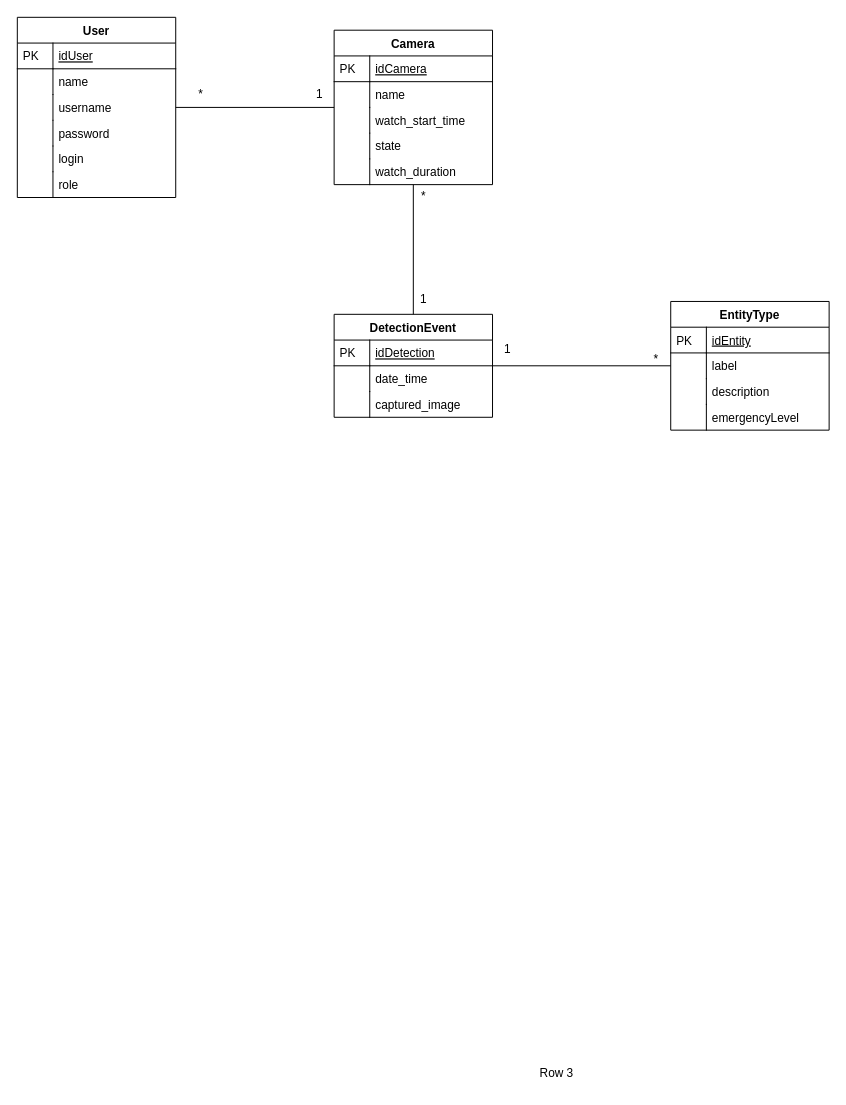
Above: page "MCD_iWebcamProtect" (2 of 4) of docs/NonPDF/iWebcamProtectApi.drawio in pabonhomme/IWebcamProtect (draw.io), before the change. Source tidied: cells renumbered, new cells numbered last; positions are measured from the earlier drawing's top-left corner, leaving out a move shared by most shapes. Both pictures are drawn from the tidied source at 99%, with x=0, y=0 at pixel (17, 17).
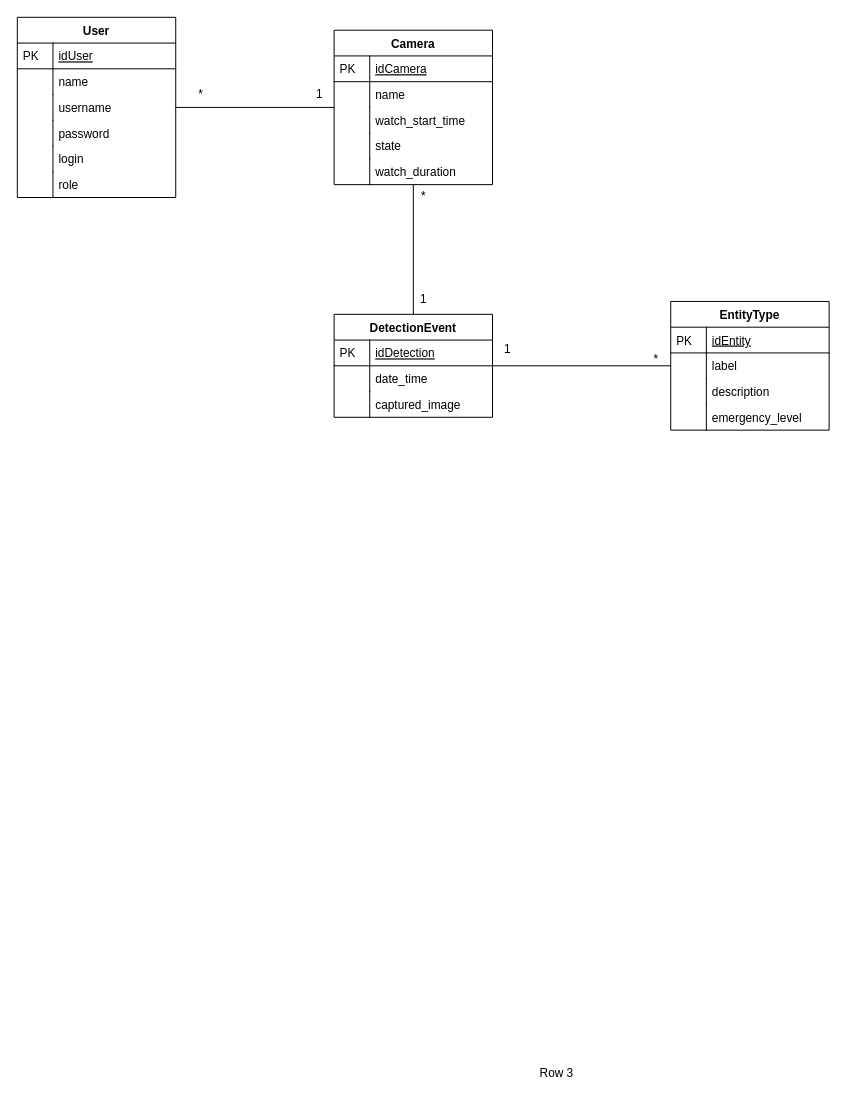
The same diagram, later.

Unchanged cells that the change refers to:
```xml
<mxCell id="41" value="EntityType" style="swimlane;fontStyle=1;horizontal=1;startSize=26;rounded=0;shadow=0;strokeWidth=1;" parent="1" vertex="1">
  <mxGeometry x="660" y="287" width="160" height="130" as="geometry" />
</mxCell>
```

What changed in the source:
```diff
@@
-    <mxCell id="48" value="emergencyLevel" style="shape=partialRectangle;top=0;left=0;right=0;bottom=0;align=left;verticalAlign=top;fillColor=none;spacingLeft=40;spacingRight=4;overflow=hidden;rounded=0;shadow=0;strokeWidth=1;" parent="41" vertex="1">
+    <mxCell id="48" value="emergency_level" style="shape=partialRectangle;top=0;left=0;right=0;bottom=0;align=left;verticalAlign=top;fillColor=none;spacingLeft=40;spacingRight=4;overflow=hidden;rounded=0;shadow=0;strokeWidth=1;" parent="41" vertex="1">
       <mxGeometry y="104" width="160" height="26" as="geometry" />
     </mxCell>
```
